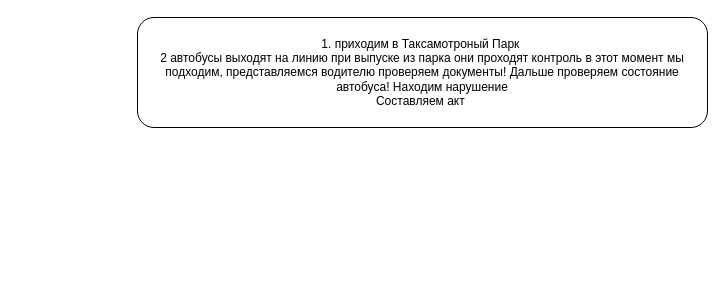
Earlier version of the draw.io diagram маршрут акта.drawio (EvgeniiGud/draw). Source tidied: cells renumbered, new cells numbered last; positions are measured from the earlier drawing's top-left corner, leaving out a move shared by most shapes. Both pictures are drawn from the tidied source at 100%, with x=0, y=0 at pixel (137, 17).
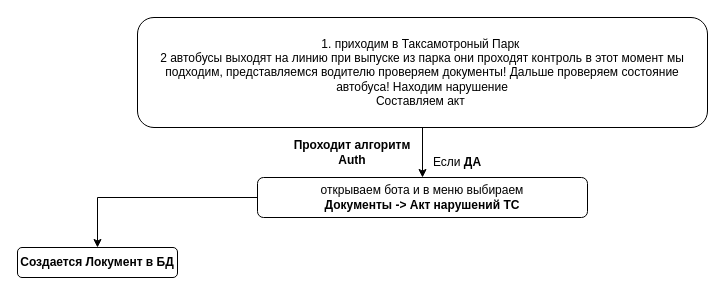
After the change.

The edit, as a diff of the source:
```diff
@@
 <mxGraphModel>
   <root>
     <mxCell id="0" />
     <mxCell id="1" parent="0" />
+    <mxCell id="3" style="edgeStyle=orthogonalEdgeStyle;rounded=0;jettySize=auto;html=1;" parent="1" edge="1" source="2" target="5">
+      <mxGeometry relative="1" as="geometry" />
+    </mxCell>
     <mxCell id="2" value="&lt;div&gt;1. приходим в Таксамотроный Парк&amp;nbsp;&lt;/div&gt;&lt;div&gt;2 автобусы выходят на линию при выпуске из парка они проходят контроль в этот момент мы подходим, представляемся водителю проверяем документы! Дальше проверяем состояние автобуса! Находим нарушение&lt;/div&gt;&lt;div&gt;Составляем акт&amp;nbsp;&lt;/div&gt;" style="rounded=1;whiteSpace=wrap;html=1;" parent="1" vertex="1">
       <mxGeometry width="570" height="110" as="geometry" />
     </mxCell>
+    <mxCell id="4" style="edgeStyle=orthogonalEdgeStyle;rounded=0;jettySize=auto;html=1;" parent="1" edge="1" source="5" target="8">
+      <mxGeometry relative="1" as="geometry" />
+    </mxCell>
+    <mxCell id="5" value="открываем бота и в меню выбираем&lt;br&gt;&lt;b&gt;Документы -&amp;gt; Акт нарушений ТС&lt;/b&gt;" style="whiteSpace=wrap;html=1;rounded=1;" parent="1" vertex="1">
+      <mxGeometry x="120" y="160" width="330" height="40" as="geometry" />
+    </mxCell>
+    <mxCell id="6" value="&lt;b&gt;Проходит алгоритм Auth&lt;/b&gt;" style="text;html=1;strokeColor=none;fillColor=none;align=center;verticalAlign=middle;whiteSpace=wrap;rounded=0;" parent="1" vertex="1">
+      <mxGeometry x="150" y="120" width="130" height="30" as="geometry" />
+    </mxCell>
+    <mxCell id="7" value="Если &lt;b&gt;ДА&lt;/b&gt;" style="text;html=1;strokeColor=none;fillColor=none;align=center;verticalAlign=middle;whiteSpace=wrap;rounded=0;" parent="1" vertex="1">
+      <mxGeometry x="290" y="130" width="60" height="30" as="geometry" />
+    </mxCell>
+    <mxCell id="8" value="&lt;b&gt;Создается Локумент в БД&lt;/b&gt;" style="whiteSpace=wrap;html=1;rounded=1;" parent="1" vertex="1">
+      <mxGeometry x="-120" y="230" width="160" height="30" as="geometry" />
+    </mxCell>
   </root>
 </mxGraphModel>
```
